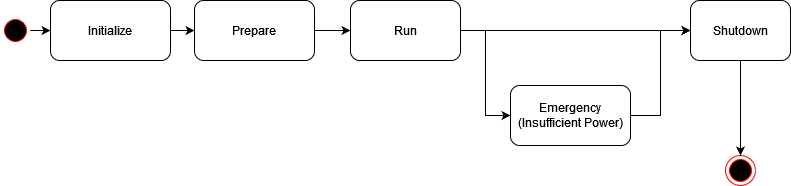
Earlier version of the draw.io export texfiles/elec/eimg/ThermoStateflow.png (Team-Tachyon-e-V/FDD24). Source tidied: cells renumbered, new cells last; positions are measured from the earlier drawing's top-left corner, leaving out a move shared by most shapes. Its diagram source:
```xml
<mxGraphModel>
  <root>
    <mxCell id="0" />
    <mxCell id="1" parent="0" />
    <mxCell id="2" style="edgeStyle=orthogonalEdgeStyle;rounded=0;jettySize=auto;html=1;entryX=0;entryY=0.5;entryDx=0;entryDy=0;" parent="1" edge="1" source="13" target="7">
      <mxGeometry relative="1" as="geometry" />
    </mxCell>
    <mxCell id="3" style="ellipse;html=1;shape=endState;fillColor=#000000;strokeColor=#ff0000;" parent="1" vertex="1">
      <mxGeometry x="725" y="155" width="30" height="30" as="geometry" />
    </mxCell>
    <mxCell id="4" style="edgeStyle=orthogonalEdgeStyle;rounded=0;jettySize=auto;html=1;" parent="1" edge="1" source="5" target="13">
      <mxGeometry relative="1" as="geometry" />
    </mxCell>
    <mxCell id="5" style="ellipse;html=1;shape=startState;fillColor=#000000;strokeColor=#ff0000;" parent="1" vertex="1">
      <mxGeometry y="15" width="30" height="30" as="geometry" />
    </mxCell>
    <mxCell id="6" style="edgeStyle=orthogonalEdgeStyle;rounded=0;jettySize=auto;html=1;" parent="1" edge="1" source="7" target="10">
      <mxGeometry relative="1" as="geometry" />
    </mxCell>
    <mxCell id="7" value="Prepare" style="rounded=1;whiteSpace=wrap;html=1;" parent="1" vertex="1">
      <mxGeometry x="194" width="120" height="60" as="geometry" />
    </mxCell>
    <mxCell id="8" style="edgeStyle=orthogonalEdgeStyle;rounded=0;jettySize=auto;html=1;entryX=0;entryY=0.5;entryDx=0;entryDy=0;" parent="1" edge="1" source="10" target="12">
      <mxGeometry relative="1" as="geometry" />
    </mxCell>
    <mxCell id="9" style="edgeStyle=orthogonalEdgeStyle;rounded=0;jettySize=auto;html=1;entryX=0;entryY=0.5;entryDx=0;entryDy=0;" parent="1" edge="1" source="10" target="15">
      <mxGeometry relative="1" as="geometry" />
    </mxCell>
    <mxCell id="10" value="Run" style="rounded=1;whiteSpace=wrap;html=1;" parent="1" vertex="1">
      <mxGeometry x="350" width="110" height="60" as="geometry" />
    </mxCell>
    <mxCell id="11" style="edgeStyle=orthogonalEdgeStyle;rounded=0;jettySize=auto;html=1;entryX=0.5;entryY=0;entryDx=0;entryDy=0;exitX=0.5;exitY=1;exitDx=0;exitDy=0;" parent="1" edge="1" source="12" target="3">
      <mxGeometry relative="1" as="geometry" />
    </mxCell>
    <mxCell id="12" value="Shutdown" style="rounded=1;whiteSpace=wrap;html=1;" parent="1" vertex="1">
      <mxGeometry x="690" width="100" height="60" as="geometry" />
    </mxCell>
    <mxCell id="13" value="Initialize" style="rounded=1;whiteSpace=wrap;html=1;" parent="1" vertex="1">
      <mxGeometry x="50" width="120" height="60" as="geometry" />
    </mxCell>
    <mxCell id="14" style="edgeStyle=orthogonalEdgeStyle;rounded=0;jettySize=auto;html=1;entryX=0;entryY=0.5;entryDx=0;entryDy=0;" parent="1" edge="1" source="15" target="12">
      <mxGeometry relative="1" as="geometry" />
    </mxCell>
    <mxCell id="15" value="Emergency (Insufficient Power)" style="rounded=1;whiteSpace=wrap;html=1;" parent="1" vertex="1">
      <mxGeometry x="510" y="85" width="120" height="60" as="geometry" />
    </mxCell>
  </root>
</mxGraphModel>
```
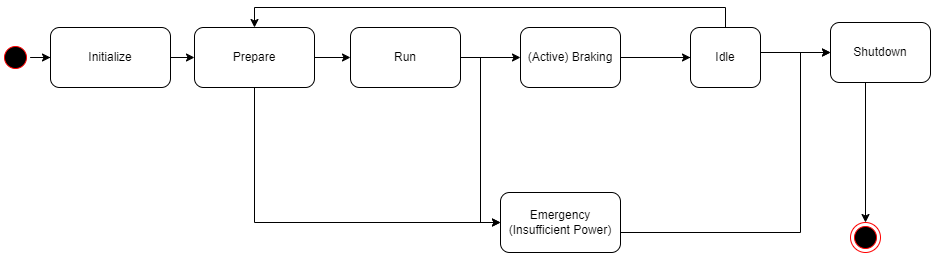
The same diagram one commit later.

What changed in the source:
```diff
@@ -6,7 +6,7 @@
       <mxGeometry relative="1" as="geometry" />
     </mxCell>
     <mxCell id="3" style="ellipse;html=1;shape=endState;fillColor=#000000;strokeColor=#ff0000;" parent="1" vertex="1">
-      <mxGeometry x="725" y="155" width="30" height="30" as="geometry" />
+      <mxGeometry x="850" y="195" width="30" height="30" as="geometry" />
     </mxCell>
     <mxCell id="4" style="edgeStyle=orthogonalEdgeStyle;rounded=0;jettySize=auto;html=1;" parent="1" edge="1" source="5" target="13">
       <mxGeometry relative="1" as="geometry" />
@@ -17,10 +17,17 @@
     <mxCell id="6" style="edgeStyle=orthogonalEdgeStyle;rounded=0;jettySize=auto;html=1;" parent="1" edge="1" source="7" target="10">
       <mxGeometry relative="1" as="geometry" />
     </mxCell>
+    <mxCell id="16" style="edgeStyle=orthogonalEdgeStyle;rounded=0;jettySize=auto;html=1;entryX=0;entryY=0.5;entryDx=0;entryDy=0;" parent="1" edge="1" source="7" target="15">
+      <mxGeometry relative="1" as="geometry">
+        <Array as="points">
+          <mxPoint x="254" y="195" />
+        </Array>
+      </mxGeometry>
+    </mxCell>
     <mxCell id="7" value="Prepare" style="rounded=1;whiteSpace=wrap;html=1;" parent="1" vertex="1">
       <mxGeometry x="194" width="120" height="60" as="geometry" />
     </mxCell>
-    <mxCell id="8" style="edgeStyle=orthogonalEdgeStyle;rounded=0;jettySize=auto;html=1;entryX=0;entryY=0.5;entryDx=0;entryDy=0;" parent="1" edge="1" source="10" target="12">
+    <mxCell id="8" style="edgeStyle=orthogonalEdgeStyle;rounded=0;jettySize=auto;html=1;entryX=0;entryY=0.5;entryDx=0;entryDy=0;" parent="1" edge="1" source="10" target="19">
       <mxGeometry relative="1" as="geometry" />
     </mxCell>
     <mxCell id="9" style="edgeStyle=orthogonalEdgeStyle;rounded=0;jettySize=auto;html=1;entryX=0;entryY=0.5;entryDx=0;entryDy=0;" parent="1" edge="1" source="10" target="15">
@@ -29,20 +36,49 @@
     <mxCell id="10" value="Run" style="rounded=1;whiteSpace=wrap;html=1;" parent="1" vertex="1">
       <mxGeometry x="350" width="110" height="60" as="geometry" />
     </mxCell>
-    <mxCell id="11" style="edgeStyle=orthogonalEdgeStyle;rounded=0;jettySize=auto;html=1;entryX=0.5;entryY=0;entryDx=0;entryDy=0;exitX=0.5;exitY=1;exitDx=0;exitDy=0;" parent="1" edge="1" source="12" target="3">
-      <mxGeometry relative="1" as="geometry" />
+    <mxCell id="11" style="edgeStyle=orthogonalEdgeStyle;rounded=0;jettySize=auto;html=1;entryX=0.5;entryY=0;entryDx=0;entryDy=0;exitX=1;exitY=0.5;exitDx=0;exitDy=0;" parent="1" edge="1" source="12" target="3">
+      <mxGeometry relative="1" as="geometry">
+        <Array as="points">
+          <mxPoint x="865" y="25" />
+        </Array>
+      </mxGeometry>
     </mxCell>
     <mxCell id="12" value="Shutdown" style="rounded=1;whiteSpace=wrap;html=1;" parent="1" vertex="1">
-      <mxGeometry x="690" width="100" height="60" as="geometry" />
+      <mxGeometry x="830" y="-5" width="100" height="60" as="geometry" />
     </mxCell>
     <mxCell id="13" value="Initialize" style="rounded=1;whiteSpace=wrap;html=1;" parent="1" vertex="1">
       <mxGeometry x="50" width="120" height="60" as="geometry" />
     </mxCell>
     <mxCell id="14" style="edgeStyle=orthogonalEdgeStyle;rounded=0;jettySize=auto;html=1;entryX=0;entryY=0.5;entryDx=0;entryDy=0;" parent="1" edge="1" source="15" target="12">
-      <mxGeometry relative="1" as="geometry" />
+      <mxGeometry relative="1" as="geometry">
+        <Array as="points">
+          <mxPoint x="800" y="205" />
+          <mxPoint x="800" y="25" />
+        </Array>
+      </mxGeometry>
     </mxCell>
     <mxCell id="15" value="Emergency (Insufficient Power)" style="rounded=1;whiteSpace=wrap;html=1;" parent="1" vertex="1">
-      <mxGeometry x="510" y="85" width="120" height="60" as="geometry" />
+      <mxGeometry x="500" y="165" width="120" height="60" as="geometry" />
     </mxCell>
+    <mxCell id="17" style="edgeStyle=orthogonalEdgeStyle;rounded=0;jettySize=auto;html=1;entryX=0;entryY=0.5;entryDx=0;entryDy=0;" parent="1" edge="1" source="19" target="12">
+      <mxGeometry relative="1" as="geometry" />
+    </mxCell>
+    <mxCell id="18" style="edgeStyle=orthogonalEdgeStyle;rounded=0;jettySize=auto;html=1;" parent="1" edge="1" source="19" target="21">
+      <mxGeometry relative="1" as="geometry" />
+    </mxCell>
+    <mxCell id="19" value="(Active) Braking" style="rounded=1;whiteSpace=wrap;html=1;" parent="1" vertex="1">
+      <mxGeometry x="520" width="100" height="60" as="geometry" />
+    </mxCell>
+    <mxCell id="20" style="edgeStyle=orthogonalEdgeStyle;rounded=0;jettySize=auto;html=1;entryX=0.5;entryY=0;entryDx=0;entryDy=0;" parent="1" edge="1" source="21" target="7">
+      <mxGeometry relative="1" as="geometry">
+        <Array as="points">
+          <mxPoint x="725" y="-20" />
+          <mxPoint x="254" y="-20" />
+        </Array>
+      </mxGeometry>
+    </mxCell>
+    <mxCell id="21" value="Idle" style="whiteSpace=wrap;html=1;rounded=1;" parent="1" vertex="1">
+      <mxGeometry x="690" width="70" height="60" as="geometry" />
+    </mxCell>
   </root>
 </mxGraphModel>
```
